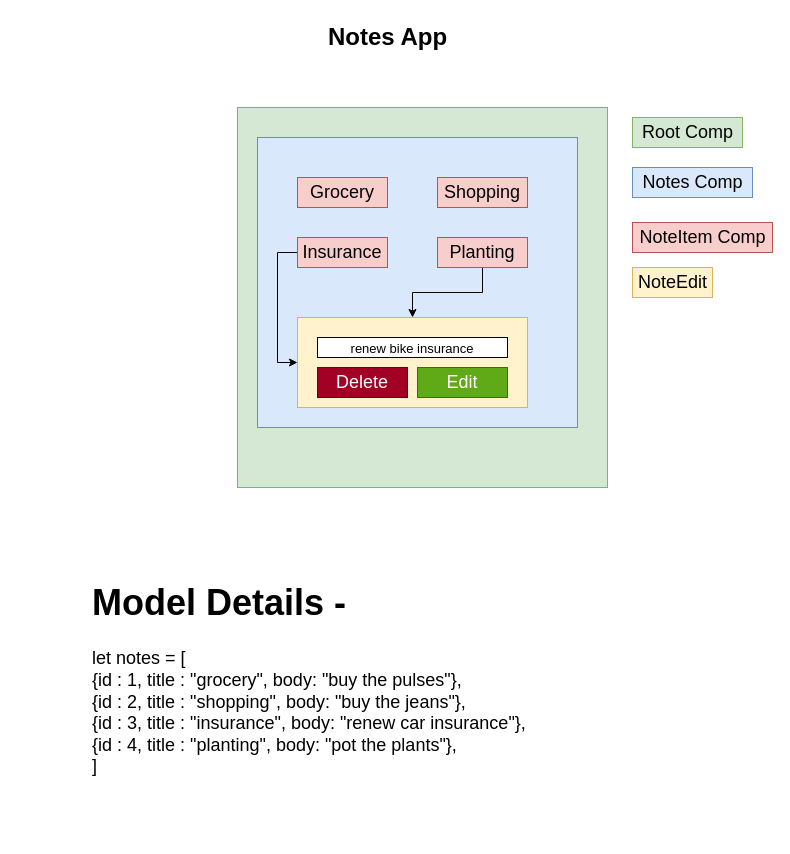
Before: page "Page-10" (10 of 13) of full-diagrams.drawio in synergy2411/citiustech-sept21, a draw.io diagram. Source tidied: cells renumbered, new cells numbered last; positions are measured from the earlier drawing's top-left corner, leaving out a move shared by most shapes. Both pictures are drawn from the tidied source at 100%, with x=0, y=0 at pixel (87, 17).
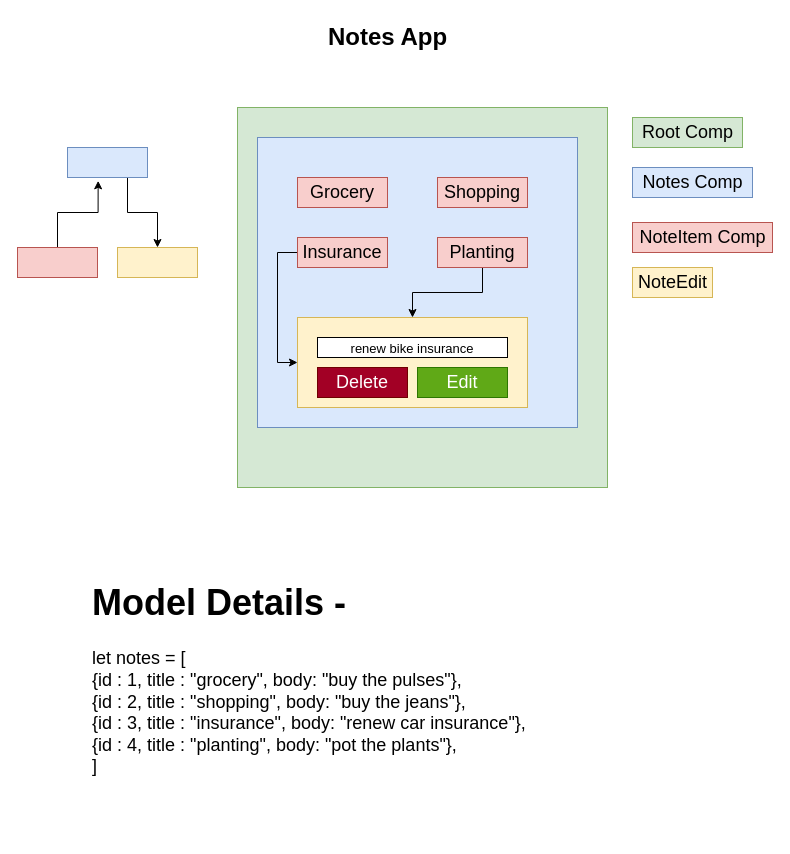
Above is the later version.

Diff of the diagram source:
```diff
@@
+    <mxCell id="20" style="edgeStyle=orthogonalEdgeStyle;rounded=0;jettySize=auto;html=1;exitX=0.75;exitY=1;exitDx=0;exitDy=0;entryX=0.5;entryY=0;entryDx=0;entryDy=0;fontSize=18;" parent="1" edge="1" source="21" target="24">
+      <mxGeometry relative="1" as="geometry" />
+    </mxCell>
+    <mxCell id="21" style="rounded=0;whiteSpace=wrap;html=1;fontSize=18;fillColor=#dae8fc;strokeColor=#6c8ebf;" parent="1" vertex="1">
+      <mxGeometry x="-20" y="130" width="80" height="30" as="geometry" />
+    </mxCell>
+    <mxCell id="22" style="edgeStyle=orthogonalEdgeStyle;rounded=0;jettySize=auto;html=1;exitX=0.5;exitY=0;exitDx=0;exitDy=0;entryX=0.383;entryY=1.111;entryDx=0;entryDy=0;entryPerimeter=0;fontSize=18;" parent="1" edge="1" source="23" target="21">
+      <mxGeometry relative="1" as="geometry" />
+    </mxCell>
+    <mxCell id="23" style="rounded=0;whiteSpace=wrap;html=1;fontSize=18;fillColor=#f8cecc;strokeColor=#b85450;" parent="1" vertex="1">
+      <mxGeometry x="-70" y="230" width="80" height="30" as="geometry" />
+    </mxCell>
+    <mxCell id="24" style="rounded=0;whiteSpace=wrap;html=1;fontSize=18;fillColor=#fff2cc;strokeColor=#d6b656;" parent="1" vertex="1">
+      <mxGeometry x="30" y="230" width="80" height="30" as="geometry" />
+    </mxCell>
```
